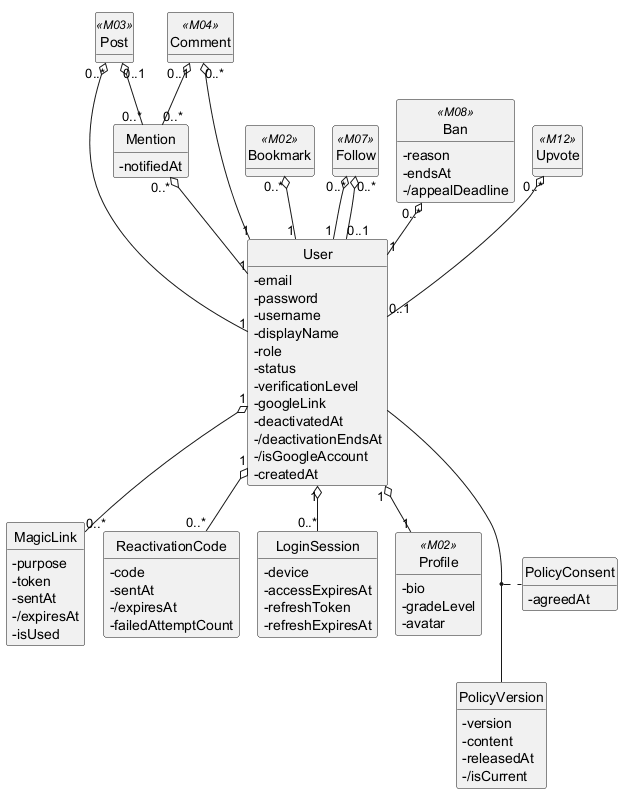
ducsiukap/iShare keeps this PlantUML diagram as .agents/.claude/system_analysis/output/data-model/ec/diagrams/EC-M01.png. Above is the earlier version.
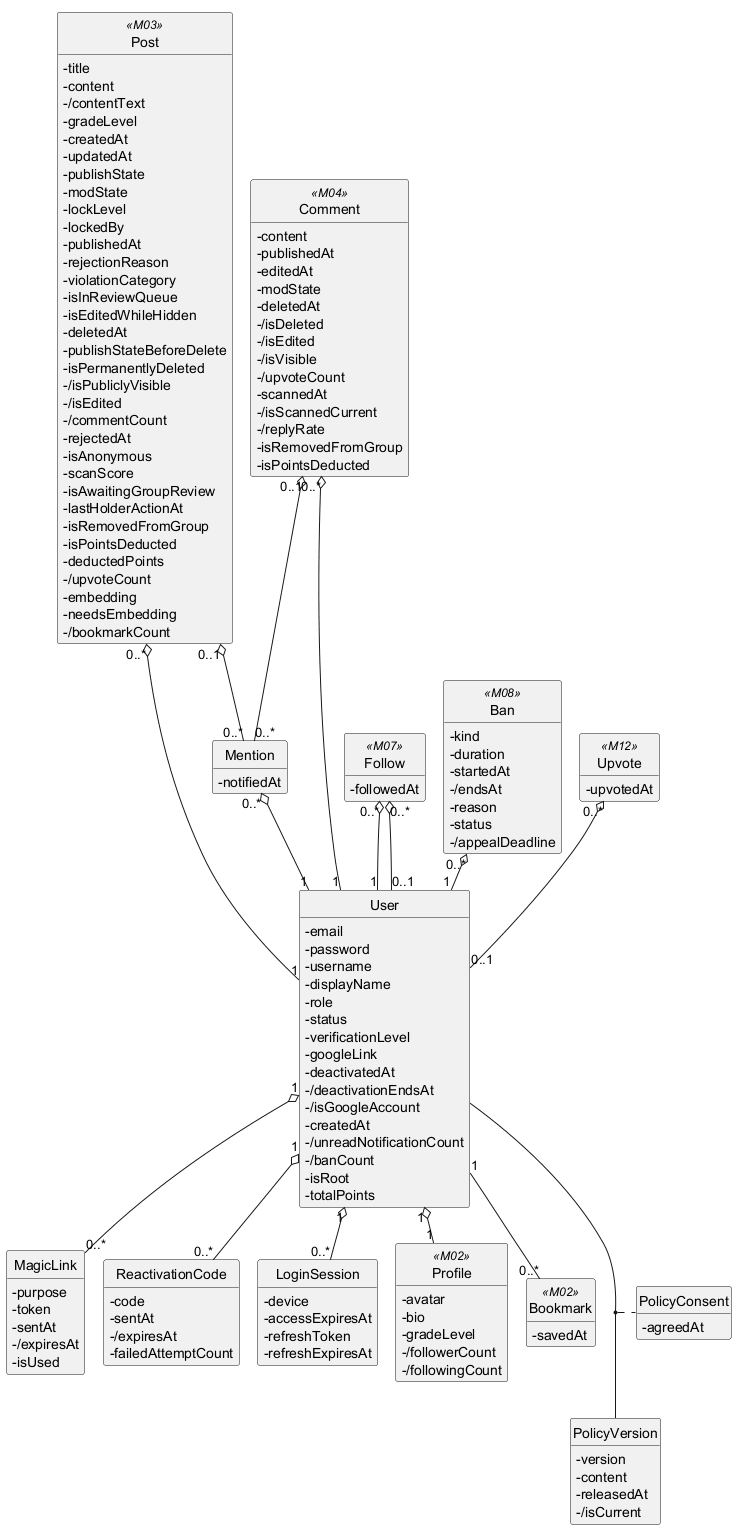
Later version of the same file.

Diff of the diagram source:
```diff
@@ -17,6 +17,10 @@
   -/deactivationEndsAt
   -/isGoogleAccount
   -createdAt
+  -/unreadNotificationCount
+  -/banCount
+  -isRoot
+  -totalPoints
 }
 class MagicLink {
   -purpose
@@ -50,24 +54,80 @@
   -agreedAt
 }
 class Profile <<M02>> {
+  -avatar
   -bio
   -gradeLevel
-  -avatar
+  -/followerCount
+  -/followingCount
 }
 class Bookmark <<M02>> {
+  -savedAt
 }
 class Post <<M03>> {
+  -title
+  -content
+  -/contentText
+  -gradeLevel
+  -createdAt
+  -updatedAt
+  -publishState
+  -modState
+  -lockLevel
+  -lockedBy
+  -publishedAt
+  -rejectionReason
+  -violationCategory
+  -isInReviewQueue
+  -isEditedWhileHidden
+  -deletedAt
+  -publishStateBeforeDelete
+  -isPermanentlyDeleted
+  -/isPubliclyVisible
+  -/isEdited
+  -/commentCount
+  -rejectedAt
+  -isAnonymous
+  -scanScore
+  -isAwaitingGroupReview
+  -lastHolderActionAt
+  -isRemovedFromGroup
+  -isPointsDeducted
+  -deductedPoints
+  -/upvoteCount
+  -embedding
+  -needsEmbedding
+  -/bookmarkCount
 }
 class Comment <<M04>> {
+  -content
+  -publishedAt
+  -editedAt
+  -modState
+  -deletedAt
+  -/isDeleted
+  -/isEdited
+  -/isVisible
+  -/upvoteCount
+  -scannedAt
+  -/isScannedCurrent
+  -/replyRate
+  -isRemovedFromGroup
+  -isPointsDeducted
 }
 class Follow <<M07>> {
+  -followedAt
 }
 class Ban <<M08>> {
+  -kind
+  -duration
+  -startedAt
+  -/endsAt
   -reason
-  -endsAt
+  -status
   -/appealDeadline
 }
 class Upvote <<M12>> {
+  -upvotedAt
 }
 
 (User, PolicyVersion) .. PolicyConsent
@@ -78,7 +138,7 @@
 Post "0..1" o-- "0..*" Mention
 Comment "0..1" o-- "0..*" Mention
 User "1" o-- "1" Profile
-Bookmark "0..*" o-- "1" User
+User "1" -- "0..*" Bookmark
 Post "0..*" o-- "1" User
 Comment "0..*" o-- "1" User
 Follow "0..*" o-- "1" User
```
